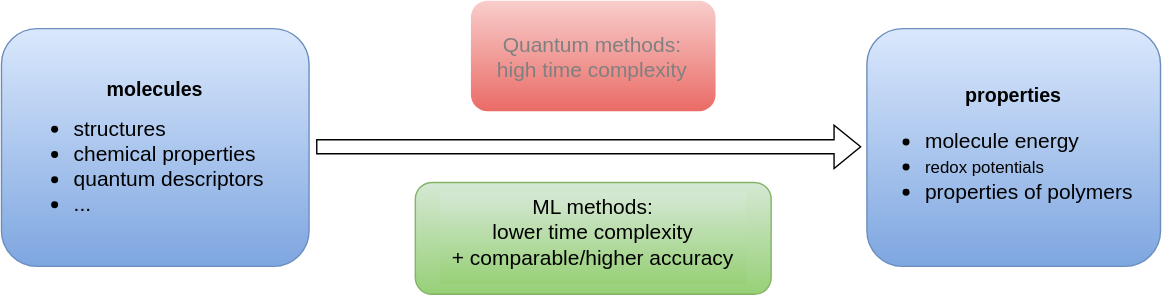
Earlier version of the draw.io export ml-in-chem-goal.svg (jajupmochi/figures-collection). Source tidied: cells renumbered, new cells last; positions are measured from the earlier drawing's top-left corner, leaving out a move shared by most shapes.
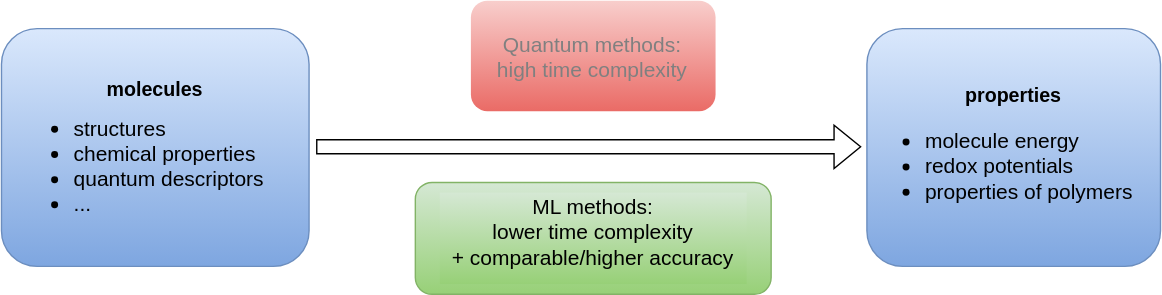
After the commit.

What changed in the source:
```diff
@@ -17,7 +17,7 @@
     <mxCell id="6" value="&lt;h3&gt;&lt;b&gt;properties&lt;/b&gt;&lt;/h3&gt;" style="text;html=1;strokeColor=none;fillColor=none;align=center;verticalAlign=middle;whiteSpace=wrap;rounded=0;" parent="1" vertex="1">
       <mxGeometry x="644" y="53" width="160" height="30" as="geometry" />
     </mxCell>
-    <mxCell id="7" value="&lt;div style=&quot;font-size: 15px&quot; align=&quot;left&quot;&gt;&lt;font style=&quot;font-size: 15px&quot;&gt;&lt;br&gt;&lt;/font&gt;&lt;/div&gt;&lt;div align=&quot;left&quot;&gt;&lt;ul style=&quot;font-size: 15px&quot;&gt;&lt;li&gt;&lt;div&gt;molecule energy&lt;br&gt;&lt;/div&gt;&lt;/li&gt;&lt;li&gt;&lt;div&gt;&lt;span style=&quot;left: 116.94px ; top: 201.398px ; font-size: 12.0597px ; font-family: sans-serif ; transform: scalex(0.844858)&quot;&gt;redox potentials&lt;/span&gt;&lt;/div&gt;&lt;/li&gt;&lt;li&gt;&lt;font style=&quot;font-size: 15px&quot;&gt;properties of polymers&lt;br&gt;&lt;/font&gt;&lt;/li&gt;&lt;/ul&gt;&lt;/div&gt;" style="text;html=1;strokeColor=none;fillColor=none;align=left;verticalAlign=middle;whiteSpace=wrap;rounded=0;" parent="1" vertex="1">
+    <mxCell id="7" value="&lt;div style=&quot;font-size: 15px&quot; align=&quot;left&quot;&gt;&lt;font style=&quot;font-size: 15px&quot;&gt;&lt;br&gt;&lt;/font&gt;&lt;/div&gt;&lt;div style=&quot;font-size: 15px&quot; align=&quot;left&quot;&gt;&lt;ul style=&quot;font-size: 15px&quot;&gt;&lt;li&gt;&lt;div&gt;&lt;font style=&quot;font-size: 15px&quot;&gt;molecule energy&lt;/font&gt;&lt;/div&gt;&lt;/li&gt;&lt;li&gt;&lt;font style=&quot;font-size: 15px&quot;&gt;redox potentials&lt;br&gt;&lt;/font&gt;&lt;/li&gt;&lt;li&gt;&lt;font style=&quot;font-size: 15px&quot;&gt;properties of polymers&lt;br&gt;&lt;/font&gt;&lt;/li&gt;&lt;/ul&gt;&lt;/div&gt;" style="text;html=1;strokeColor=none;fillColor=none;align=left;verticalAlign=middle;whiteSpace=wrap;rounded=0;" parent="1" vertex="1">
       <mxGeometry x="619" y="94" width="192" height="30" as="geometry" />
     </mxCell>
     <mxCell id="8" style="shape=flexArrow;endArrow=classic;html=1;rounded=0;fontSize=15;" parent="1" edge="1">
```
